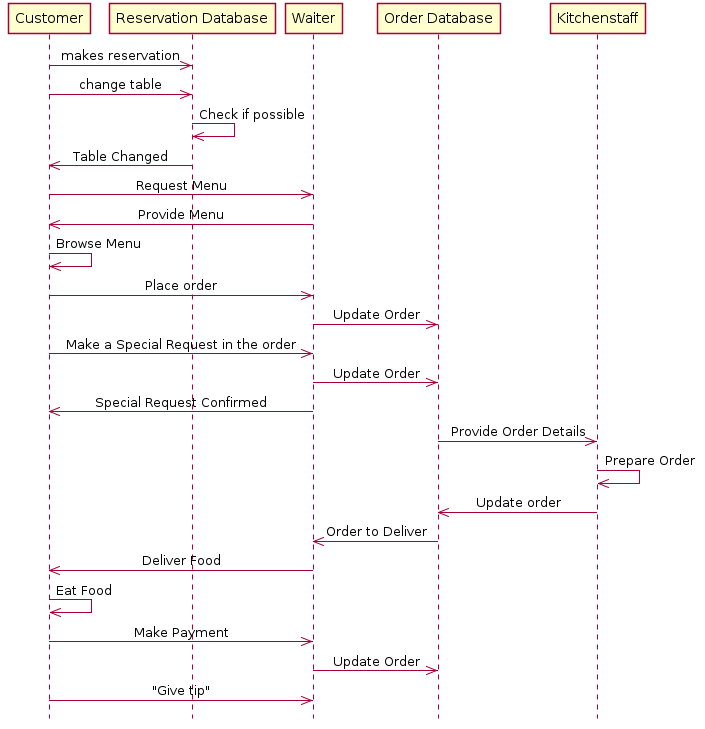
The PlantUML diagram Sequenc2.png in prathammanocha/RestaurantAutomationSystem, before a commit. Source of this version:
```plantuml
@startuml

skinparam Style strictuml
skinparam SequenceMessageAlignment center

"Customer" ->> "Reservation Database" : makes reservation

Customer ->> "Reservation Database" : change table

"Reservation Database" ->> "Reservation Database" : Check if possible

"Reservation Database" ->> Customer : Table Changed

Customer ->> "Waiter" : Request Menu

"Waiter" ->> Customer : Provide Menu

Customer ->> Customer : Browse Menu

Customer ->> "Waiter" : Place order

"Waiter" ->> "Order Database" : Update Order

Customer ->> "Waiter" : Make a Special Request in the order

"Waiter" ->> "Order Database" : Update Order


"Waiter" ->> Customer : Special Request Confirmed


"Order Database" ->> Kitchenstaff : Provide Order Details

Kitchenstaff ->> Kitchenstaff :Prepare Order

Kitchenstaff ->> "Order Database" : Update order

"Order Database" ->> Waiter : Order to Deliver

Waiter ->> Customer : Deliver Food

Customer ->> Customer : Eat Food

Customer ->> "Waiter" : Make Payment

Waiter ->> "Order Database" : Update Order

Customer ->> Waiter :"Give tip"



@enduml
```
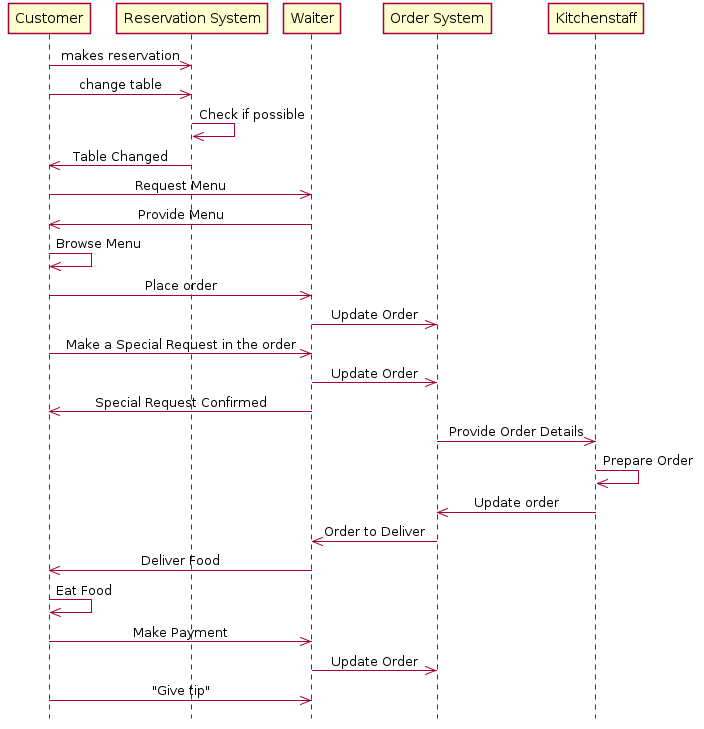
The same diagram one commit later.

The edit, as a diff of the source:
```diff
@@ -1,15 +1,15 @@
-@startuml
+@startuml Sequenc2
 
 skinparam Style strictuml
 skinparam SequenceMessageAlignment center
 
-"Customer" ->> "Reservation Database" : makes reservation
+"Customer" ->> "Reservation System" : makes reservation
 
-Customer ->> "Reservation Database" : change table
+Customer ->> "Reservation System" : change table
 
-"Reservation Database" ->> "Reservation Database" : Check if possible
+"Reservation System" ->> "Reservation System" : Check if possible
 
-"Reservation Database" ->> Customer : Table Changed
+"Reservation System" ->> Customer : Table Changed
 
 Customer ->> "Waiter" : Request Menu
 
@@ -19,23 +19,23 @@
 
 Customer ->> "Waiter" : Place order
 
-"Waiter" ->> "Order Database" : Update Order
+"Waiter" ->> "Order System" : Update Order
 
 Customer ->> "Waiter" : Make a Special Request in the order
 
-"Waiter" ->> "Order Database" : Update Order
+"Waiter" ->> "Order System" : Update Order
 
 
 "Waiter" ->> Customer : Special Request Confirmed
 
 
-"Order Database" ->> Kitchenstaff : Provide Order Details
+"Order System" ->> Kitchenstaff : Provide Order Details
 
 Kitchenstaff ->> Kitchenstaff :Prepare Order
 
-Kitchenstaff ->> "Order Database" : Update order
+Kitchenstaff ->> "Order System" : Update order
 
-"Order Database" ->> Waiter : Order to Deliver
+"Order System" ->> Waiter : Order to Deliver
 
 Waiter ->> Customer : Deliver Food
 
@@ -43,7 +43,7 @@
 
 Customer ->> "Waiter" : Make Payment
 
-Waiter ->> "Order Database" : Update Order
+Waiter ->> "Order System" : Update Order
 
 Customer ->> Waiter :"Give tip"
 
```
